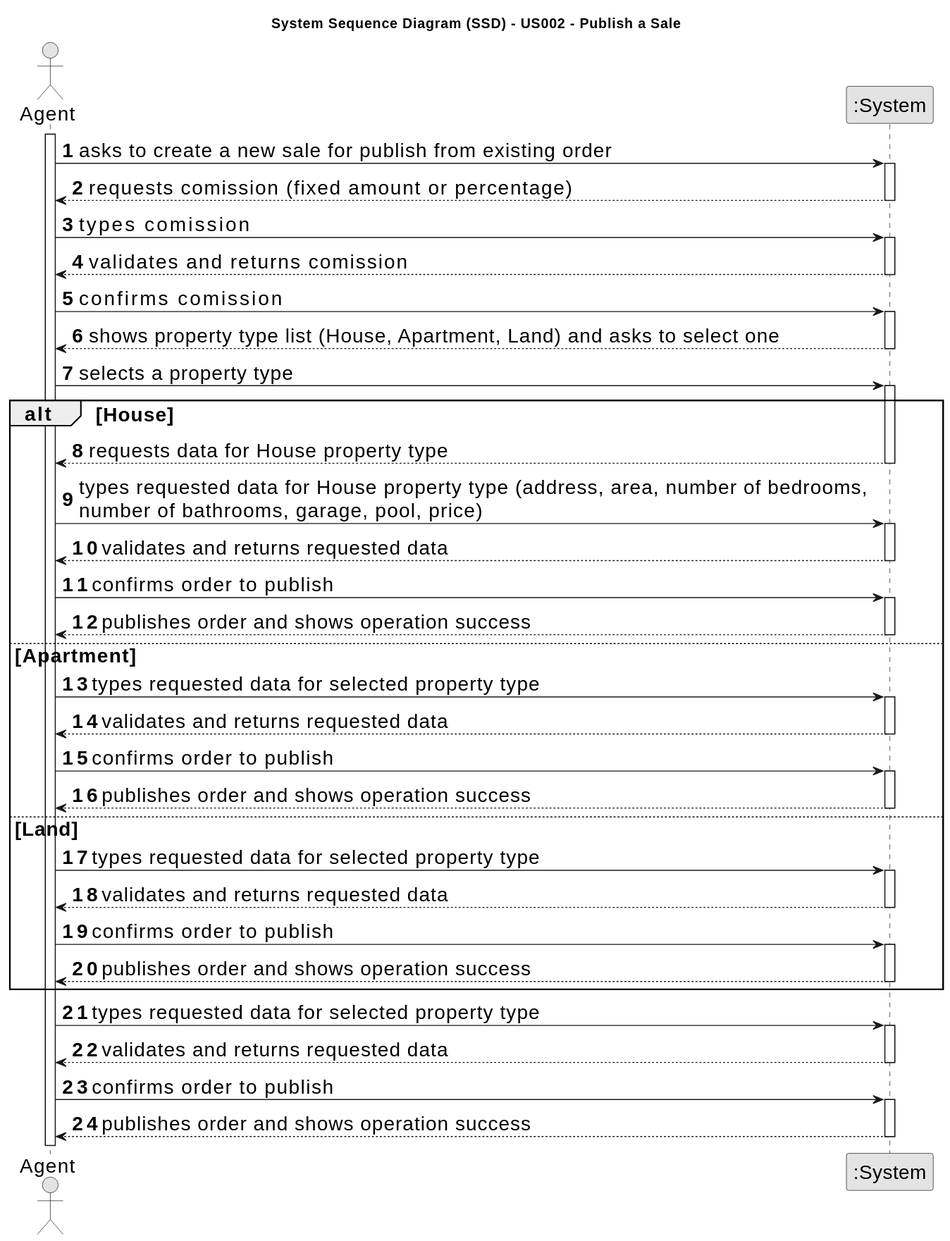
Goncalves2525/real-estate-management-system keeps this PlantUML diagram as docs/sprintB/us002/01.requirements-engineering/svg/us002-system-sequence-diagram-alternative-two.svg. Above is the earlier version.
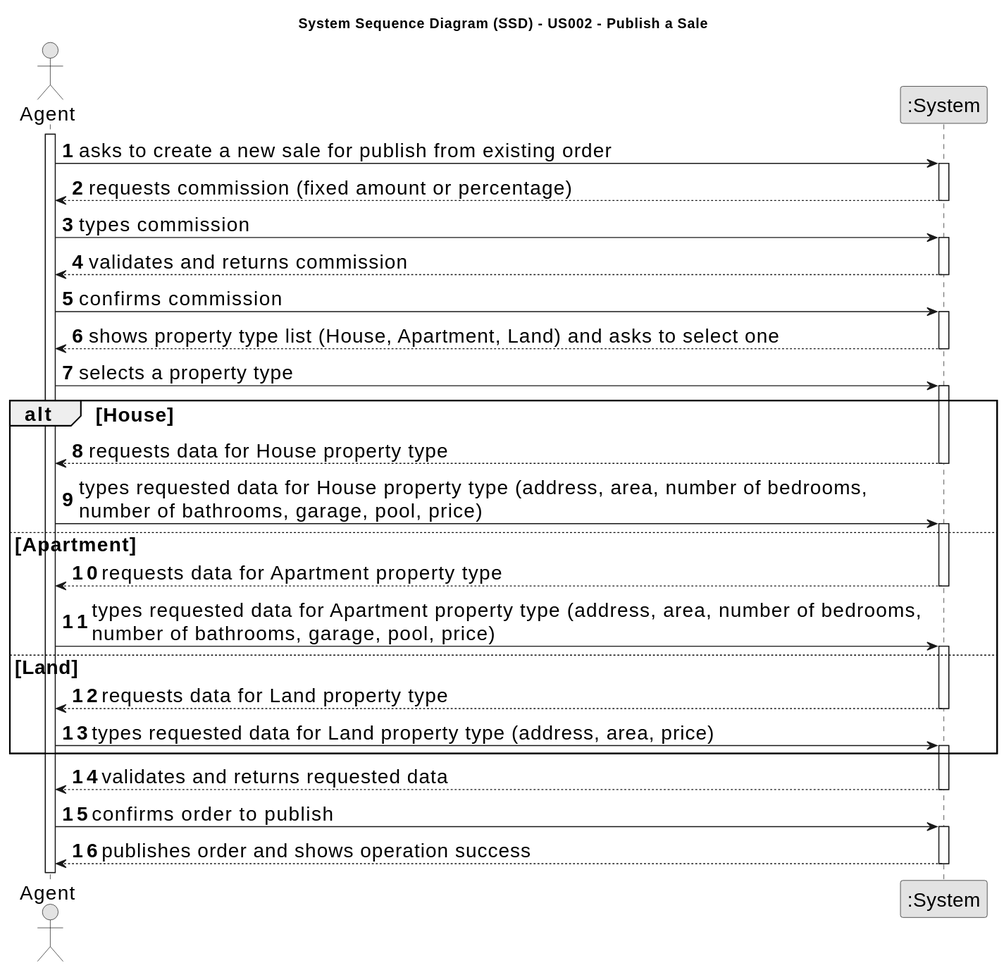
After the change.

What changed in the source:
```diff
@@ -42,44 +42,22 @@
         Agent -> System : types requested data for House property type (address, area, number of bedrooms, \nnumber of bathrooms, garage, pool, price)
         activate System
 
-        System --> Agent : validates and returns requested data
+    else  Apartment
+
+        System --> Agent : requests data for Apartment property type
         deactivate System
 
-        Agent -> System : confirms order to publish
+        Agent -> System : types requested data for Apartment property type (address, area, number of bedrooms, \nnumber of bathrooms, garage, pool, price)
         activate System
+    else  Land
 
-        System --> Agent : publishes order and shows operation success
-        deactivate System
-    else  Apartment
-        Agent -> System : types requested data for selected property type
-        activate System
-
-            System --> Agent : validates and returns requested data
+        System --> Agent : requests data for Land property type
         deactivate System
 
-        Agent -> System : confirms order to publish
+        Agent -> System : types requested data for Land property type (address, area, price)
         activate System
-
-        System --> Agent : publishes order and shows operation success
-        deactivate System
-    else  Land
-        Agent -> System : types requested data for selected property type
-        activate System
-
-            System --> Agent : validates and returns requested data
-        deactivate System
-
-        Agent -> System : confirms order to publish
-        activate System
-
-        System --> Agent : publishes order and shows operation success
-        deactivate System
     end
-
-    Agent -> System : types requested data for selected property type
-    activate System
-
-        System --> Agent : validates and returns requested data
+    System --> Agent : validates and returns requested data
     deactivate System
 
     Agent -> System : confirms order to publish
```
